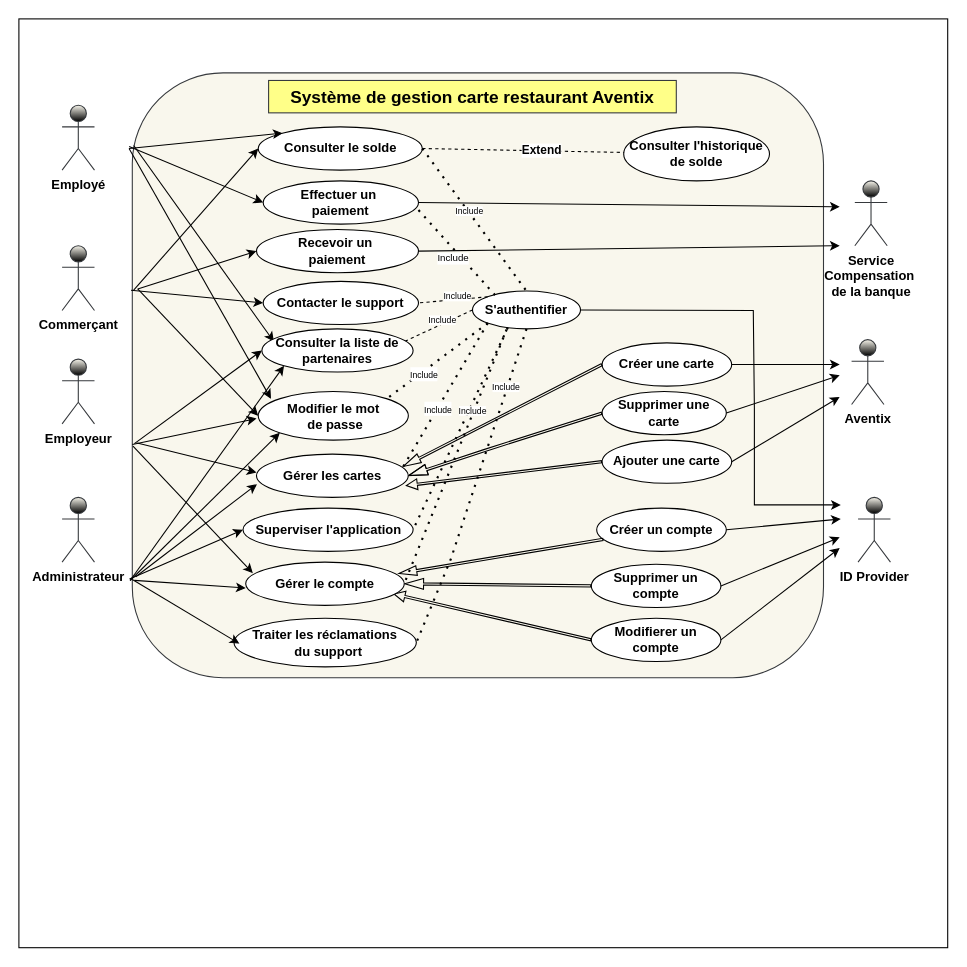
Above: Diagramme_de_cas_d_utilisation.drawio in msisitr/aventix-design (draw.io), before the change. Source tidied: cells renumbered, new cells numbered last; positions are measured from the earlier drawing's top-left corner, leaving out a move shared by most shapes. Both pictures are drawn from the tidied source at 108%, with x=0, y=0 at pixel (18, 18).
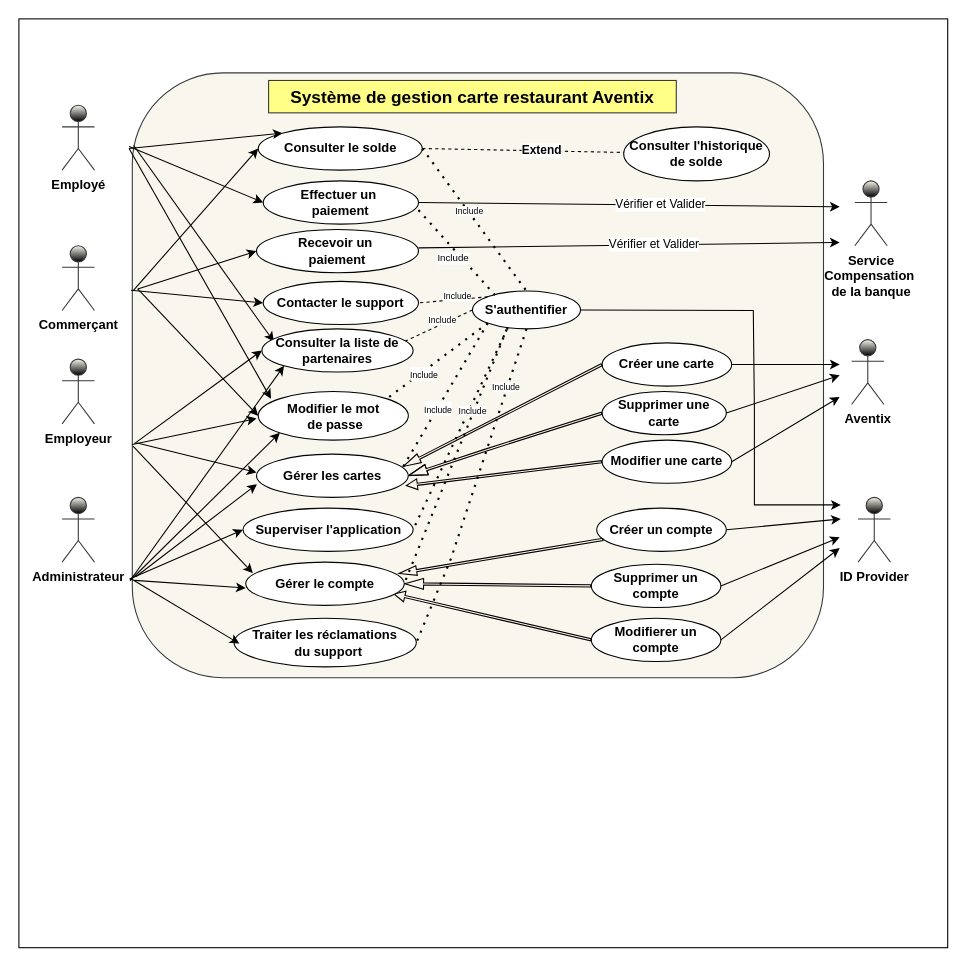
After the change.

Commit message:
Mettre à jour Diagramme_de_cas_d_utilisation.drawio

Unchanged cells that the change refers to:
```xml
<mxCell id="57" style="endArrow=classic;html=1;rounded=0;fontStyle=1;" parent="1" edge="1">
  <mxGeometry relative="1" as="geometry">
    <mxPoint x="370" y="170" as="sourcePoint" />
    <mxPoint x="760" y="174" as="targetPoint" />
  </mxGeometry>
</mxCell>
<mxCell id="74" value="&lt;div&gt;&lt;span&gt;Recevoir un&amp;nbsp;&lt;/span&gt;&lt;/div&gt;&lt;div&gt;&lt;span&gt;paiement &lt;/span&gt;&lt;/div&gt;" style="ellipse;whiteSpace=wrap;html=1;fontStyle=1;" parent="1" vertex="1">
  <mxGeometry x="220" y="195" width="150" height="40" as="geometry" />
</mxCell>
```

What changed in the source:
```diff
@@
-    <mxCell id="24" value="Ajouter une carte" style="ellipse;whiteSpace=wrap;html=1;fontStyle=1;" parent="1" vertex="1">
+    <mxCell id="24" value="Modifier une carte" style="ellipse;whiteSpace=wrap;html=1;fontStyle=1;" parent="1" vertex="1">
       <mxGeometry x="540" y="390" width="120" height="40" as="geometry" />
     </mxCell>
@@
+    <mxCell id="80" value="Vérifier et Valider" style="edgeLabel;html=1;align=center;verticalAlign=middle;" parent="57" vertex="1">
+      <mxGeometry x="0.15" y="1" relative="1" as="geometry" />
+    </mxCell>
-    <mxCell id="58" style="endArrow=classic;html=1;rounded=0;fontStyle=1;exitX=1;exitY=0.5;exitDx=0;exitDy=0;" parent="1" edge="1" source="74">
+    <mxCell id="58" style="endArrow=classic;html=1;rounded=0;fontStyle=1;exitX=1;exitY=0.5;exitDx=0;exitDy=0;" parent="1" edge="1">
       <mxGeometry relative="1" as="geometry">
-        <mxPoint x="760" y="210" as="targetPoint" />
+        <mxPoint x="370" y="212" as="sourcePoint" />
+        <mxPoint x="760" y="207" as="targetPoint" />
       </mxGeometry>
     </mxCell>
+    <mxCell id="81" value="Vérifier et Valider" style="edgeLabel;html=1;align=center;verticalAlign=middle;" parent="58" vertex="1">
+      <mxGeometry x="0.12" y="1" relative="1" as="geometry" />
+    </mxCell>
```
